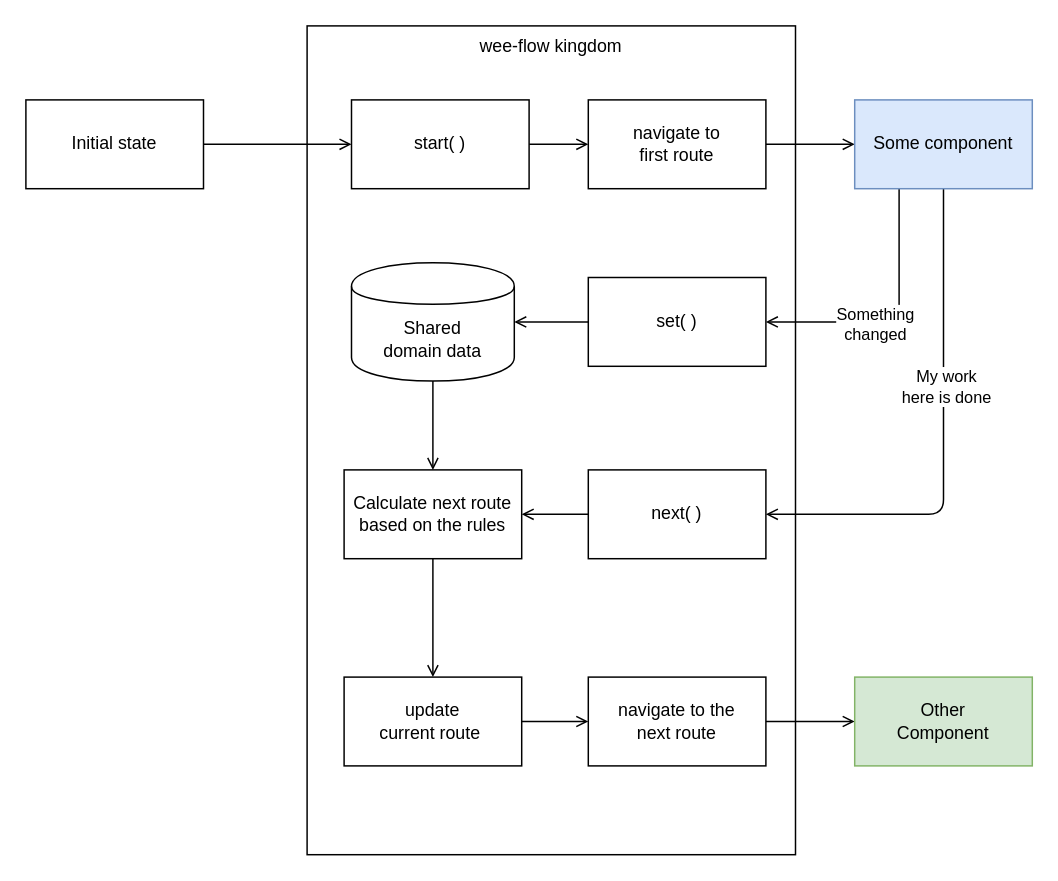
This is page "main-flow" (3 of 3) of images/wee-flow-images.drawio from hamilton-lima/wee-flow, a draw.io file, before an edit. Source tidied: cells renumbered, new cells numbered last; positions are measured from the earlier drawing's top-left corner, leaving out a move shared by most shapes. Both pictures are drawn from the tidied source at 148%, with x=0, y=0 at pixel (25, 25).
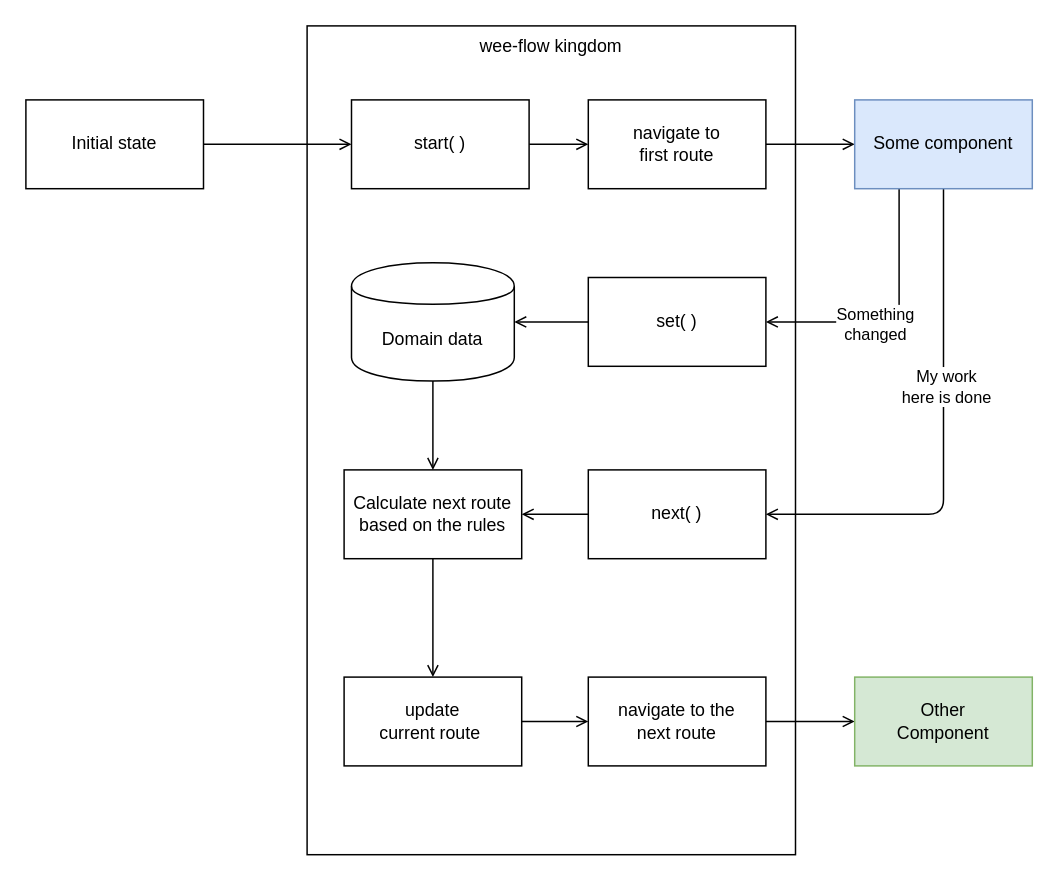
Above is the later version.

Change to the diagram source:
```diff
@@
-    <mxCell id="25" value="Shared &lt;br&gt;domain data" style="shape=cylinder;whiteSpace=wrap;html=1;boundedLbl=1;backgroundOutline=1;" parent="1" vertex="1">
+    <mxCell id="25" value="Domain data" style="shape=cylinder;whiteSpace=wrap;html=1;boundedLbl=1;backgroundOutline=1;" parent="1" vertex="1">
       <mxGeometry x="220" y="160" width="110" height="80" as="geometry" />
     </mxCell>
```
